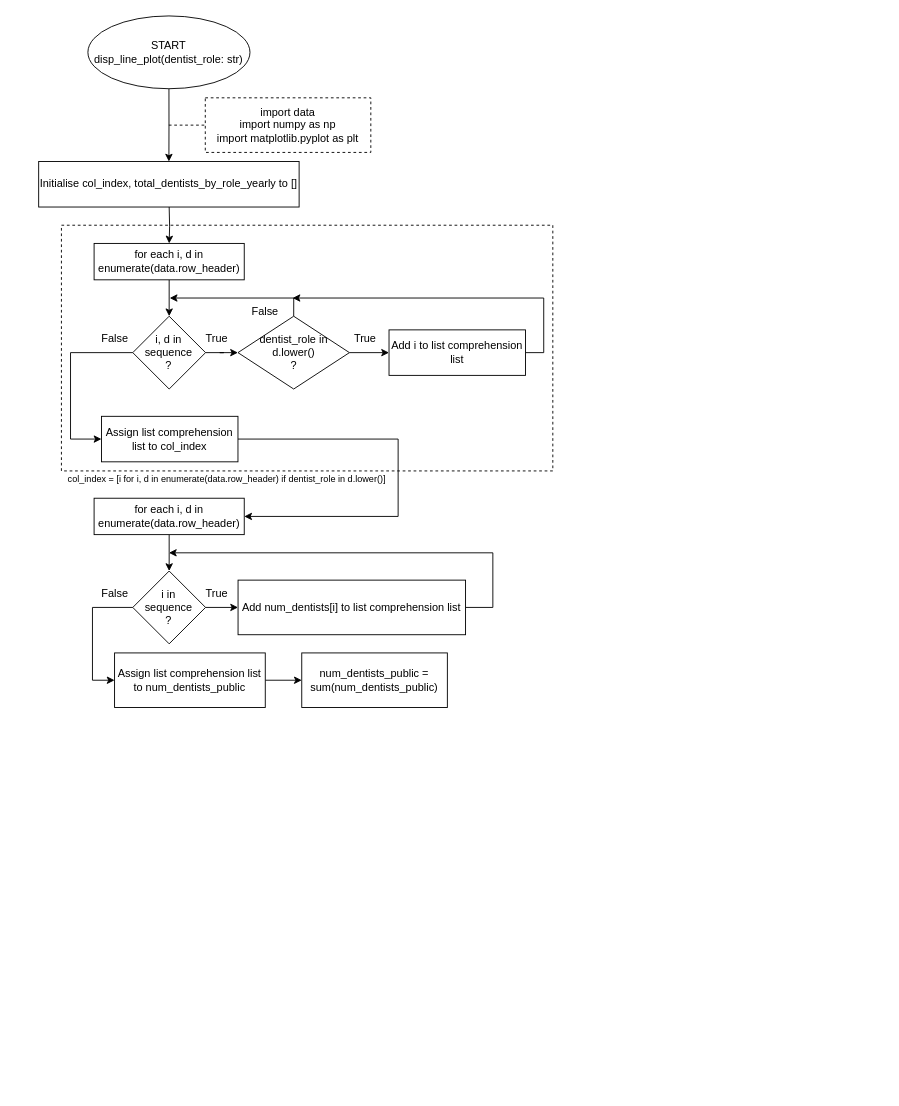
The draw.io diagram Flow Charts/disp_line_plot.drawio in SNGTech/CPPSProject, before the edit. Source tidied: cells renumbered, new cells numbered last; positions are measured from the earlier drawing's top-left corner, leaving out a move shared by most shapes. Both pictures are drawn from the tidied source at 91%, with x=0, y=0 at pixel (38, 15).
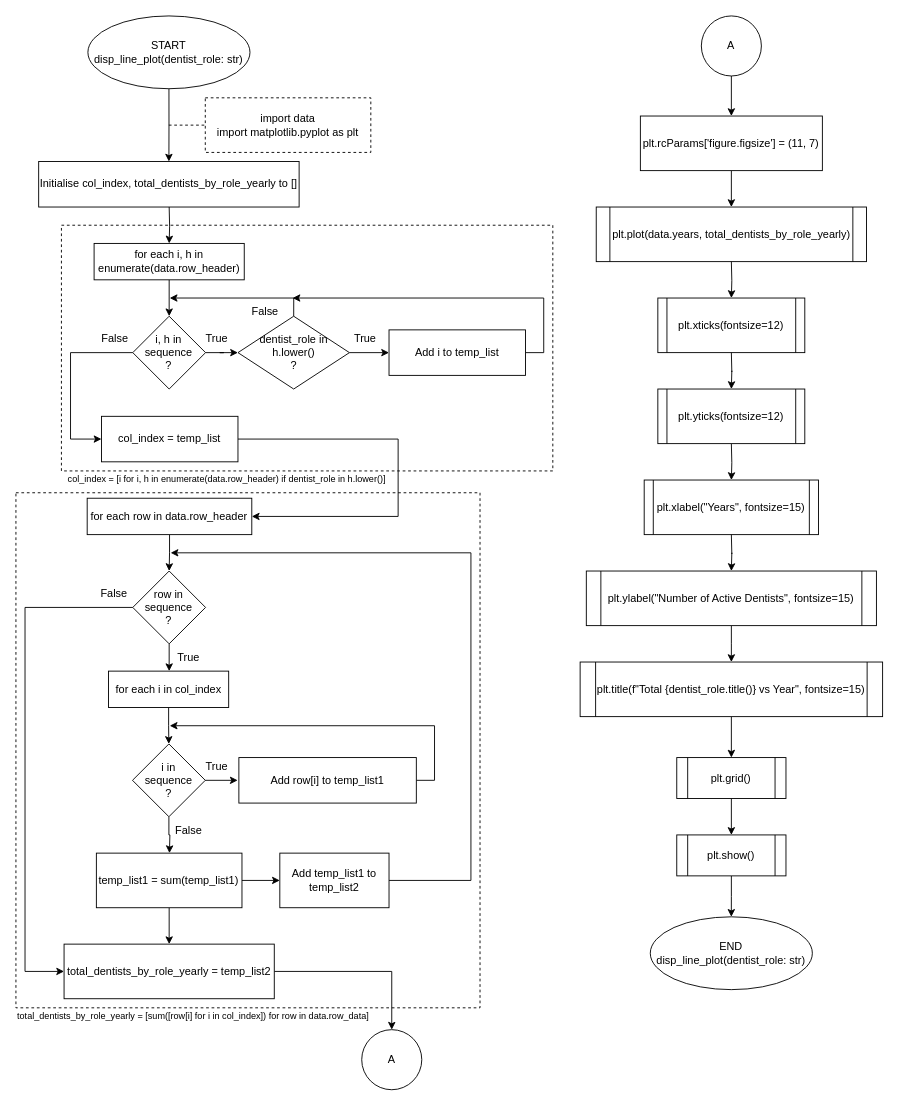
The same diagram, later.

Change to the diagram source:
```diff
@@
+    <mxCell id="38" style="rounded=0;whiteSpace=wrap;html=1;glass=0;fillColor=none;dashed=1;" parent="1" vertex="1">
+      <mxGeometry x="-25" y="524" width="510" height="566" as="geometry" />
+    </mxCell>
+    <mxCell id="21" style="rounded=0;whiteSpace=wrap;html=1;glass=0;fillColor=none;dashed=1;" parent="1" vertex="1">
+      <mxGeometry x="25" y="230" width="540" height="270" as="geometry" />
+    </mxCell>
@@
-    <mxCell id="5" value="import data&lt;br&gt;import numpy as np&lt;br&gt;import matplotlib.pyplot as plt" style="rounded=0;whiteSpace=wrap;html=1;glass=0;dashed=1;" parent="1" vertex="1">
+    <mxCell id="5" value="import data&lt;br&gt;import matplotlib.pyplot as plt" style="rounded=0;whiteSpace=wrap;html=1;glass=0;dashed=1;" parent="1" vertex="1">
       <mxGeometry x="183.1" y="90" width="181.9" height="60" as="geometry" />
     </mxCell>
@@
-    <mxCell id="9" value="for each i, d in enumerate(data.row_header)" style="rounded=0;whiteSpace=wrap;html=1;" parent="1" vertex="1">
+    <mxCell id="9" value="for each i, h in enumerate(data.row_header)" style="rounded=0;whiteSpace=wrap;html=1;" parent="1" vertex="1">
       <mxGeometry x="60.9" y="250" width="165" height="40" as="geometry" />
     </mxCell>
@@
-    <mxCell id="12" value="i, d in sequence&lt;br&gt;?" style="rhombus;whiteSpace=wrap;html=1;" parent="1" vertex="1">
+    <mxCell id="12" value="i, h in sequence&lt;br&gt;?" style="rhombus;whiteSpace=wrap;html=1;" parent="1" vertex="1">
       <mxGeometry x="103.4" y="330" width="80" height="80" as="geometry" />
     </mxCell>
@@
-    <mxCell id="15" value="dentist_role in d.lower()&lt;br&gt;?" style="rhombus;whiteSpace=wrap;html=1;" parent="1" vertex="1">
+    <mxCell id="15" value="dentist_role in h.lower()&lt;br&gt;?" style="rhombus;whiteSpace=wrap;html=1;" parent="1" vertex="1">
       <mxGeometry x="219" y="330" width="122.5" height="80" as="geometry" />
     </mxCell>
@@
-    <mxCell id="18" value="Add i to list comprehension list" style="rounded=0;whiteSpace=wrap;html=1;" parent="1" vertex="1">
+    <mxCell id="18" value="Add i to temp_list" style="rounded=0;whiteSpace=wrap;html=1;" parent="1" vertex="1">
       <mxGeometry x="385" y="345" width="150" height="50" as="geometry" />
     </mxCell>
@@
-    <mxCell id="21" style="rounded=0;whiteSpace=wrap;html=1;glass=0;fillColor=none;dashed=1;" parent="1" vertex="1">
-      <mxGeometry x="25" y="230" width="540" height="270" as="geometry" />
-    </mxCell>
@@
-    <mxCell id="24" value="Assign list comprehension list to&amp;nbsp;col_index" style="rounded=0;whiteSpace=wrap;html=1;" parent="1" vertex="1">
+    <mxCell id="24" value="col_index = temp_list" style="rounded=0;whiteSpace=wrap;html=1;" parent="1" vertex="1">
       <mxGeometry x="69" y="440" width="150" height="50" as="geometry" />
     </mxCell>
-    <mxCell id="25" value="&lt;font style=&quot;font-size: 10px;&quot;&gt;col_index = [i for i, d in enumerate(data.row_header) if dentist_role in d.lower()]&lt;/font&gt;" style="text;html=1;strokeColor=none;fillColor=none;align=center;verticalAlign=middle;whiteSpace=wrap;rounded=0;glass=0;dashed=1;" parent="1" vertex="1">
+    <mxCell id="25" value="&lt;font style=&quot;font-size: 10px;&quot;&gt;col_index = [i for i, h in enumerate(data.row_header) if dentist_role in h.lower()]&lt;/font&gt;" style="text;html=1;strokeColor=none;fillColor=none;align=center;verticalAlign=middle;whiteSpace=wrap;rounded=0;glass=0;dashed=1;" parent="1" vertex="1">
       <mxGeometry x="29" y="494" width="356" height="30" as="geometry" />
     </mxCell>
@@
-    <mxCell id="27" value="for each i, d in enumerate(data.row_header)" style="rounded=0;whiteSpace=wrap;html=1;" parent="1" vertex="1">
-      <mxGeometry x="60.9" y="530" width="165" height="40" as="geometry" />
+    <mxCell id="27" value="for each row in data.row_header" style="rounded=0;whiteSpace=wrap;html=1;" parent="1" vertex="1">
+      <mxGeometry x="53.3" y="530" width="180.9" height="40" as="geometry" />
     </mxCell>
-    <mxCell id="28" style="edgeStyle=orthogonalEdgeStyle;rounded=0;jettySize=auto;html=1;exitX=0;exitY=0.5;exitDx=0;exitDy=0;entryX=0;entryY=0.5;entryDx=0;entryDy=0;" parent="1" edge="1" source="29" target="36">
-      <mxGeometry relative="1" as="geometry">
-        <Array as="points">
-          <mxPoint x="59.1" y="650" />
-          <mxPoint x="59.1" y="730" />
-        </Array>
-      </mxGeometry>
-    </mxCell>
+    <mxCell id="39" style="edgeStyle=orthogonalEdgeStyle;rounded=0;jettySize=auto;html=1;" parent="1" edge="1" source="29">
+      <mxGeometry relative="1" as="geometry">
+        <mxPoint x="143.4" y="720" as="targetPoint" />
+      </mxGeometry>
+    </mxCell>
+    <mxCell id="40" style="edgeStyle=orthogonalEdgeStyle;rounded=0;jettySize=auto;html=1;exitX=0;exitY=0.5;exitDx=0;exitDy=0;entryX=0;entryY=0.5;entryDx=0;entryDy=0;" parent="1" edge="1" source="29" target="55">
+      <mxGeometry relative="1" as="geometry">
+        <Array as="points">
+          <mxPoint x="-15" y="650" />
+          <mxPoint x="-15" y="1050" />
+        </Array>
+      </mxGeometry>
+    </mxCell>
-    <mxCell id="29" value="i in&lt;br&gt;sequence&lt;br&gt;?" style="rhombus;whiteSpace=wrap;html=1;" parent="1" vertex="1">
+    <mxCell id="29" value="row in&lt;br&gt;sequence&lt;br&gt;?" style="rhombus;whiteSpace=wrap;html=1;" parent="1" vertex="1">
       <mxGeometry x="103.4" y="610" width="80" height="80" as="geometry" />
     </mxCell>
-    <mxCell id="30" style="edgeStyle=orthogonalEdgeStyle;rounded=0;orthogonalLoop=1;jettySize=auto;html=1;" parent="1" edge="1">
-      <mxGeometry relative="1" as="geometry">
-        <mxPoint x="183.4" y="650" as="sourcePoint" />
-        <mxPoint x="219.1" y="650" as="targetPoint" />
-      </mxGeometry>
-    </mxCell>
-    <mxCell id="31" value="True" style="text;html=1;strokeColor=none;fillColor=none;align=center;verticalAlign=middle;whiteSpace=wrap;rounded=0;" parent="1" vertex="1">
-      <mxGeometry x="165.9" y="620" width="60" height="30" as="geometry" />
-    </mxCell>
-    <mxCell id="32" style="edgeStyle=orthogonalEdgeStyle;rounded=0;jettySize=auto;html=1;" parent="1" edge="1" source="33">
-      <mxGeometry relative="1" as="geometry">
-        <mxPoint x="143.1" y="590" as="targetPoint" />
-        <Array as="points">
-          <mxPoint x="499.1" y="650" />
-        </Array>
-      </mxGeometry>
-    </mxCell>
-    <mxCell id="33" value="Add num_dentists[i] to list comprehension list" style="rounded=0;whiteSpace=wrap;html=1;" parent="1" vertex="1">
-      <mxGeometry x="219.1" y="620" width="250" height="60" as="geometry" />
-    </mxCell>
     <mxCell id="34" value="False" style="text;html=1;strokeColor=none;fillColor=none;align=center;verticalAlign=middle;whiteSpace=wrap;rounded=0;" parent="1" vertex="1">
-      <mxGeometry x="54.1" y="620" width="60" height="30" as="geometry" />
+      <mxGeometry x="53.3" y="620" width="60" height="30" as="geometry" />
     </mxCell>
-    <mxCell id="35" style="edgeStyle=orthogonalEdgeStyle;rounded=0;jettySize=auto;html=1;" parent="1" edge="1" source="36" target="37">
-      <mxGeometry relative="1" as="geometry" />
-    </mxCell>
-    <mxCell id="36" value="Assign list comprehension list to num_dentists_public" style="rounded=0;whiteSpace=wrap;html=1;" parent="1" vertex="1">
-      <mxGeometry x="83.4" y="700" width="165.6" height="60" as="geometry" />
-    </mxCell>
+    <mxCell id="41" style="edgeStyle=orthogonalEdgeStyle;rounded=0;jettySize=auto;html=1;" parent="1" edge="1" source="37" target="52">
+      <mxGeometry relative="1" as="geometry" />
+    </mxCell>
+    <mxCell id="42" style="edgeStyle=orthogonalEdgeStyle;rounded=0;jettySize=auto;html=1;" parent="1" edge="1" source="37" target="55">
+      <mxGeometry relative="1" as="geometry" />
+    </mxCell>
-    <mxCell id="37" value="num_dentists_public = sum(num_dentists_public)" style="whiteSpace=wrap;html=1;rounded=0;" parent="1" vertex="1">
-      <mxGeometry x="289.1" y="700" width="160" height="60" as="geometry" />
+    <mxCell id="37" value="temp_list1 = sum(temp_list1)" style="whiteSpace=wrap;html=1;rounded=0;" parent="1" vertex="1">
+      <mxGeometry x="63.4" y="920" width="160" height="60" as="geometry" />
     </mxCell>
+    <mxCell id="43" style="edgeStyle=orthogonalEdgeStyle;rounded=0;jettySize=auto;html=1;" parent="1" edge="1" source="44">
+      <mxGeometry relative="1" as="geometry">
+        <mxPoint x="143" y="800" as="targetPoint" />
+      </mxGeometry>
+    </mxCell>
+    <mxCell id="44" value="for each i in col_index" style="rounded=0;whiteSpace=wrap;html=1;" parent="1" vertex="1">
+      <mxGeometry x="76.7" y="720" width="132.1" height="40" as="geometry" />
+    </mxCell>
+    <mxCell id="45" style="edgeStyle=orthogonalEdgeStyle;rounded=0;jettySize=auto;html=1;" parent="1" edge="1" source="46">
+      <mxGeometry relative="1" as="geometry">
+        <mxPoint x="143.7" y="920" as="targetPoint" />
+      </mxGeometry>
+    </mxCell>
+    <mxCell id="46" value="i in&lt;br&gt;sequence&lt;br&gt;?" style="rhombus;whiteSpace=wrap;html=1;" parent="1" vertex="1">
+      <mxGeometry x="103.1" y="800" width="80" height="80" as="geometry" />
+    </mxCell>
+    <mxCell id="47" style="edgeStyle=orthogonalEdgeStyle;rounded=0;orthogonalLoop=1;jettySize=auto;html=1;" parent="1" edge="1">
+      <mxGeometry relative="1" as="geometry">
+        <mxPoint x="183" y="840" as="sourcePoint" />
+        <mxPoint x="218.7" y="840" as="targetPoint" />
+      </mxGeometry>
+    </mxCell>
+    <mxCell id="48" value="True" style="text;html=1;strokeColor=none;fillColor=none;align=center;verticalAlign=middle;whiteSpace=wrap;rounded=0;" parent="1" vertex="1">
+      <mxGeometry x="165.6" y="810" width="60" height="30" as="geometry" />
+    </mxCell>
+    <mxCell id="49" style="edgeStyle=orthogonalEdgeStyle;rounded=0;jettySize=auto;html=1;exitX=1;exitY=0.5;exitDx=0;exitDy=0;" parent="1" edge="1" source="50">
+      <mxGeometry relative="1" as="geometry">
+        <mxPoint x="144" y="780" as="targetPoint" />
+        <Array as="points">
+          <mxPoint x="435" y="840" />
+          <mxPoint x="435" y="780" />
+          <mxPoint x="145" y="780" />
+        </Array>
+      </mxGeometry>
+    </mxCell>
+    <mxCell id="50" value="Add row[i] to temp_list1" style="rounded=0;whiteSpace=wrap;html=1;" parent="1" vertex="1">
+      <mxGeometry x="220" y="815" width="195" height="50" as="geometry" />
+    </mxCell>
+    <mxCell id="51" style="edgeStyle=orthogonalEdgeStyle;rounded=0;jettySize=auto;html=1;exitX=1;exitY=0.5;exitDx=0;exitDy=0;" parent="1" edge="1" source="52">
+      <mxGeometry relative="1" as="geometry">
+        <mxPoint x="145" y="590" as="targetPoint" />
+        <Array as="points">
+          <mxPoint x="475" y="950" />
+        </Array>
+      </mxGeometry>
+    </mxCell>
+    <mxCell id="52" value="Add temp_list1 to temp_list2" style="whiteSpace=wrap;html=1;rounded=0;" parent="1" vertex="1">
+      <mxGeometry x="265" y="920" width="120" height="60" as="geometry" />
+    </mxCell>
+    <mxCell id="53" value="False" style="text;html=1;strokeColor=none;fillColor=none;align=center;verticalAlign=middle;whiteSpace=wrap;rounded=0;" parent="1" vertex="1">
+      <mxGeometry x="135" y="880" width="60" height="30" as="geometry" />
+    </mxCell>
+    <mxCell id="54" style="edgeStyle=orthogonalEdgeStyle;rounded=0;jettySize=auto;html=1;exitX=1;exitY=0.5;exitDx=0;exitDy=0;" parent="1" edge="1" source="55" target="57">
+      <mxGeometry relative="1" as="geometry" />
+    </mxCell>
+    <mxCell id="55" value="total_dentists_by_role_yearly&amp;nbsp;= temp_list2" style="whiteSpace=wrap;html=1;rounded=0;" parent="1" vertex="1">
+      <mxGeometry x="27.9" y="1020" width="231" height="60" as="geometry" />
+    </mxCell>
+    <mxCell id="56" value="&lt;font style=&quot;font-size: 10px;&quot;&gt;total_dentists_by_role_yearly = [sum([row[i] for i in col_index]) for row in data.row_data]&lt;/font&gt;" style="text;html=1;strokeColor=none;fillColor=none;align=center;verticalAlign=middle;whiteSpace=wrap;rounded=0;glass=0;dashed=1;" parent="1" vertex="1">
+      <mxGeometry x="-25" y="1084" width="390" height="30" as="geometry" />
+    </mxCell>
+    <mxCell id="57" value="A" style="ellipse;whiteSpace=wrap;html=1;" parent="1" vertex="1">
+      <mxGeometry x="355" y="1114" width="66" height="66" as="geometry" />
+    </mxCell>
+    <mxCell id="58" value="True" style="text;html=1;strokeColor=none;fillColor=none;align=center;verticalAlign=middle;whiteSpace=wrap;rounded=0;" parent="1" vertex="1">
+      <mxGeometry x="135" y="690" width="60" height="30" as="geometry" />
+    </mxCell>
+    <mxCell id="59" style="edgeStyle=orthogonalEdgeStyle;rounded=0;jettySize=auto;html=1;" parent="1" edge="1" source="60">
+      <mxGeometry relative="1" as="geometry">
+        <mxPoint x="761.2" y="110" as="targetPoint" />
+      </mxGeometry>
+    </mxCell>
+    <mxCell id="60" value="A" style="ellipse;whiteSpace=wrap;html=1;" parent="1" vertex="1">
+      <mxGeometry x="728.2" width="66" height="66" as="geometry" />
+    </mxCell>
+    <mxCell id="61" style="edgeStyle=orthogonalEdgeStyle;rounded=0;jettySize=auto;html=1;" parent="1" edge="1" source="62" target="63">
+      <mxGeometry relative="1" as="geometry" />
+    </mxCell>
+    <mxCell id="62" value="plt.rcParams['figure.figsize'] = (11, 7)" style="rounded=0;whiteSpace=wrap;html=1;" parent="1" vertex="1">
+      <mxGeometry x="661.2" y="110" width="200" height="60" as="geometry" />
+    </mxCell>
+    <mxCell id="63" value="plt.plot(data.years, total_dentists_by_role_yearly)" style="shape=process;whiteSpace=wrap;html=1;backgroundOutline=1;rounded=0;size=0.050445103857566766;" parent="1" vertex="1">
+      <mxGeometry x="612.7" y="210" width="297" height="60" as="geometry" />
+    </mxCell>
+    <mxCell id="64" style="edgeStyle=orthogonalEdgeStyle;rounded=0;jettySize=auto;html=1;" parent="1" edge="1" target="65">
+      <mxGeometry relative="1" as="geometry">
+        <mxPoint x="761.2" y="270" as="sourcePoint" />
+      </mxGeometry>
+    </mxCell>
+    <mxCell id="65" value="plt.xticks(fontsize=12)" style="shape=process;whiteSpace=wrap;html=1;backgroundOutline=1;rounded=0;size=0.06191950464396285;" parent="1" vertex="1">
+      <mxGeometry x="680.4" y="310" width="161.5" height="60" as="geometry" />
+    </mxCell>
+    <mxCell id="66" style="edgeStyle=orthogonalEdgeStyle;rounded=0;orthogonalLoop=1;jettySize=auto;html=1;" parent="1" edge="1">
+      <mxGeometry relative="1" as="geometry">
+        <mxPoint x="761.2" y="370" as="sourcePoint" />
+        <mxPoint x="761.2" y="410" as="targetPoint" />
+      </mxGeometry>
+    </mxCell>
+    <mxCell id="67" style="edgeStyle=orthogonalEdgeStyle;rounded=0;jettySize=auto;html=1;" parent="1" edge="1" target="68">
+      <mxGeometry relative="1" as="geometry">
+        <mxPoint x="761.2" y="470" as="sourcePoint" />
+      </mxGeometry>
+    </mxCell>
+    <mxCell id="68" value="plt.xlabel(&quot;Years&quot;, fontsize=15)" style="shape=process;whiteSpace=wrap;html=1;backgroundOutline=1;rounded=0;size=0.05221932114882506;" parent="1" vertex="1">
+      <mxGeometry x="665.4" y="510" width="191.5" height="60" as="geometry" />
+    </mxCell>
+    <mxCell id="69" style="edgeStyle=orthogonalEdgeStyle;rounded=0;orthogonalLoop=1;jettySize=auto;html=1;" parent="1" edge="1">
+      <mxGeometry relative="1" as="geometry">
+        <mxPoint x="761.2" y="570" as="sourcePoint" />
+        <mxPoint x="761.2" y="610" as="targetPoint" />
+      </mxGeometry>
+    </mxCell>
+    <mxCell id="70" value="plt.yticks(fontsize=12)" style="shape=process;whiteSpace=wrap;html=1;backgroundOutline=1;rounded=0;size=0.06191950464396285;" parent="1" vertex="1">
+      <mxGeometry x="680.4" y="410" width="161.5" height="60" as="geometry" />
+    </mxCell>
+    <mxCell id="71" style="edgeStyle=orthogonalEdgeStyle;rounded=0;jettySize=auto;html=1;" parent="1" edge="1" source="72" target="74">
+      <mxGeometry relative="1" as="geometry" />
+    </mxCell>
+    <mxCell id="72" value="plt.ylabel(&quot;Number of Active Dentists&quot;, fontsize=15)" style="shape=process;whiteSpace=wrap;html=1;backgroundOutline=1;rounded=0;size=0.051356862745097695;" parent="1" vertex="1">
+      <mxGeometry x="601.8" y="610" width="318.8" height="60" as="geometry" />
+    </mxCell>
+    <mxCell id="73" style="edgeStyle=orthogonalEdgeStyle;rounded=0;jettySize=auto;html=1;" parent="1" edge="1" source="74" target="76">
+      <mxGeometry relative="1" as="geometry" />
+    </mxCell>
+    <mxCell id="74" value="plt.title(f&quot;Total {dentist_role.title()} vs Year&quot;, fontsize=15)" style="shape=process;whiteSpace=wrap;html=1;backgroundOutline=1;rounded=0;size=0.051356862745097695;" parent="1" vertex="1">
+      <mxGeometry x="595" y="710" width="332.4" height="60" as="geometry" />
+    </mxCell>
+    <mxCell id="75" style="edgeStyle=orthogonalEdgeStyle;rounded=0;jettySize=auto;html=1;" parent="1" edge="1" source="76" target="78">
+      <mxGeometry relative="1" as="geometry" />
+    </mxCell>
+    <mxCell id="76" value="plt.grid()" style="shape=process;whiteSpace=wrap;html=1;backgroundOutline=1;" parent="1" vertex="1">
+      <mxGeometry x="701.2" y="815" width="120" height="45" as="geometry" />
+    </mxCell>
+    <mxCell id="77" style="edgeStyle=orthogonalEdgeStyle;rounded=0;jettySize=auto;html=1;" parent="1" edge="1" source="78" target="79">
+      <mxGeometry relative="1" as="geometry" />
+    </mxCell>
+    <mxCell id="78" value="plt.show()" style="shape=process;whiteSpace=wrap;html=1;backgroundOutline=1;" parent="1" vertex="1">
+      <mxGeometry x="701.2" y="900" width="120" height="45" as="geometry" />
+    </mxCell>
+    <mxCell id="79" value="END&lt;br&gt;disp_line_plot(dentist_role: str)" style="ellipse;whiteSpace=wrap;html=1;rounded=0;" parent="1" vertex="1">
+      <mxGeometry x="672.1" y="990" width="178.1" height="80" as="geometry" />
+    </mxCell>
```
